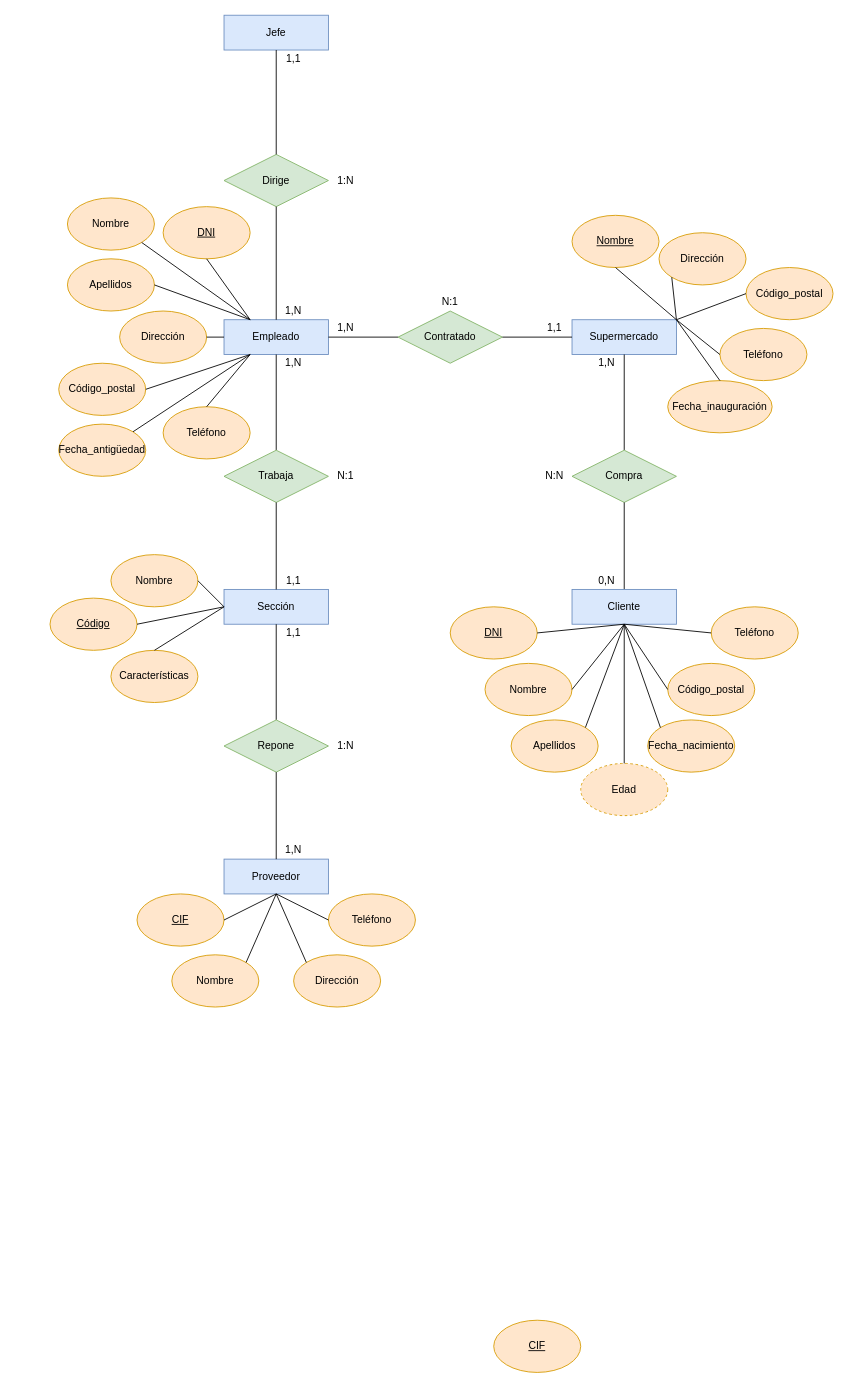
Before: Supermercados.drawio in Axel-Vicente/BBDD, a draw.io diagram. Source tidied: cells renumbered, new cells numbered last; positions are measured from the earlier drawing's top-left corner, leaving out a move shared by most shapes. Both pictures are drawn from the tidied source at 87%, with x=0, y=0 at pixel (50, 15).
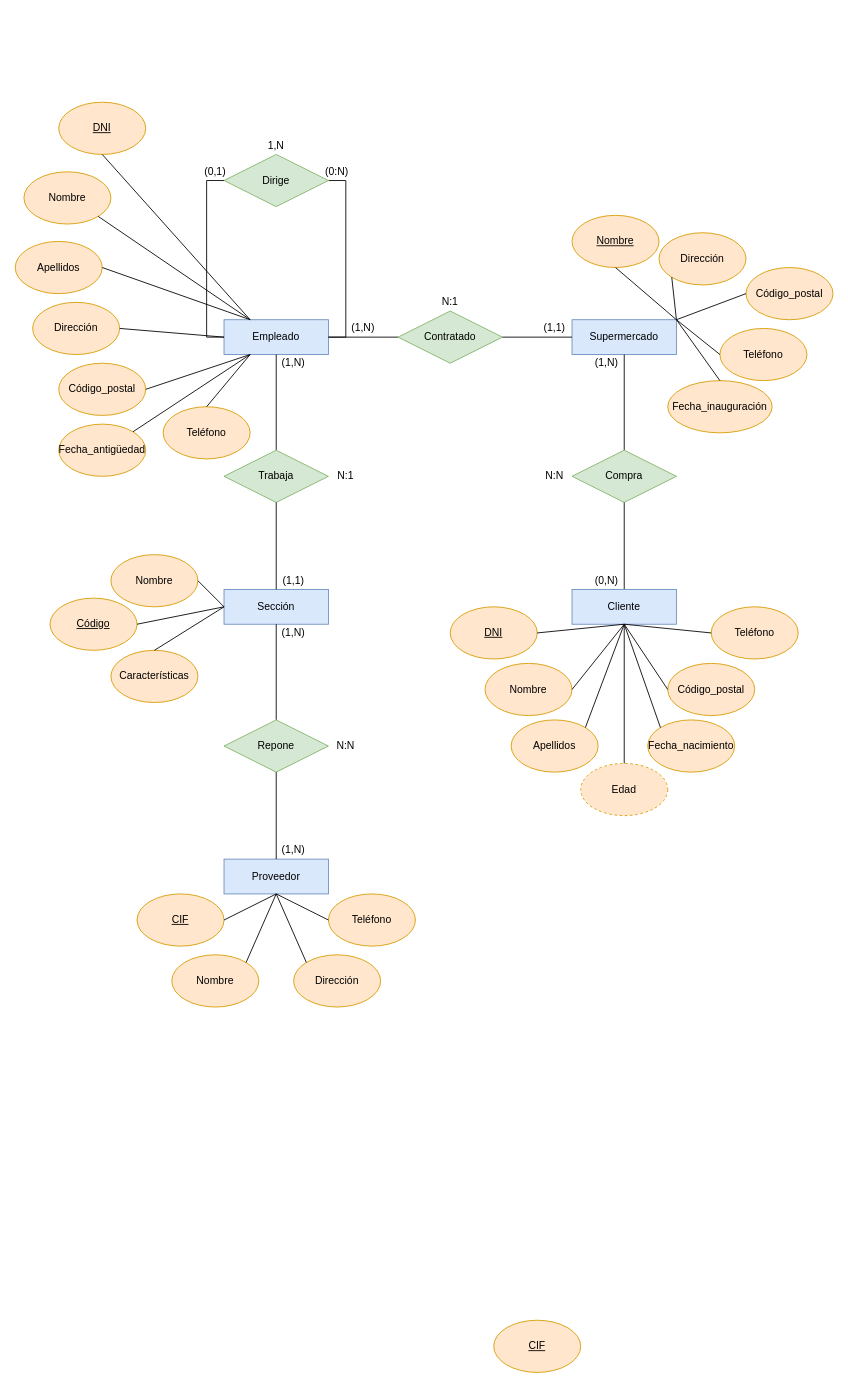
After the change.

Unchanged cells that the change refers to:
```xml
<mxCell id="2" value="Empleado" style="rounded=0;whiteSpace=wrap;html=1;fillColor=#dae8fc;strokeColor=#6c8ebf;" parent="1" vertex="1">
  <mxGeometry x="200" y="350" width="120" height="40" as="geometry" />
</mxCell>
<mxCell id="85" value="Dirige" style="rhombus;whiteSpace=wrap;html=1;fillColor=#d5e8d4;strokeColor=#82b366;" parent="1" vertex="1">
  <mxGeometry x="200" y="160" width="120" height="60" as="geometry" />
</mxCell>
```

The edit, as a diff of the source:
```diff
@@
     <mxCell id="4" value="Apellidos" style="ellipse;whiteSpace=wrap;html=1;fontStyle=0;fillColor=#ffe6cc;strokeColor=#d79b00;" parent="1" vertex="1">
-      <mxGeometry x="20" y="280" width="100" height="60" as="geometry" />
+      <mxGeometry x="-40" y="260" width="100" height="60" as="geometry" />
     </mxCell>
     <mxCell id="5" value="Dirección" style="ellipse;whiteSpace=wrap;html=1;fontStyle=0;fillColor=#ffe6cc;strokeColor=#d79b00;" parent="1" vertex="1">
-      <mxGeometry x="80" y="340" width="100" height="60" as="geometry" />
+      <mxGeometry x="-20" y="330" width="100" height="60" as="geometry" />
     </mxCell>
     <mxCell id="6" value="Nombre" style="ellipse;whiteSpace=wrap;html=1;fontStyle=0;fillColor=#ffe6cc;strokeColor=#d79b00;" parent="1" vertex="1">
-      <mxGeometry x="20" y="210" width="100" height="60" as="geometry" />
+      <mxGeometry x="-30" y="180" width="100" height="60" as="geometry" />
     </mxCell>
@@
     <mxCell id="8" value="DNI" style="ellipse;whiteSpace=wrap;html=1;fontStyle=4;fillColor=#ffe6cc;strokeColor=#d79b00;" parent="1" vertex="1">
-      <mxGeometry x="130" y="220" width="100" height="60" as="geometry" />
+      <mxGeometry x="10" y="100" width="100" height="60" as="geometry" />
     </mxCell>
@@
-    <mxCell id="21" value="1,N" style="text;html=1;strokeColor=none;fillColor=none;align=center;verticalAlign=middle;whiteSpace=wrap;rounded=0;" parent="1" vertex="1">
-      <mxGeometry x="320" y="350" width="40" height="20" as="geometry" />
+    <mxCell id="21" value="(1,N)" style="text;html=1;strokeColor=none;fillColor=none;align=center;verticalAlign=middle;whiteSpace=wrap;rounded=0;" parent="1" vertex="1">
+      <mxGeometry x="340" y="350" width="40" height="20" as="geometry" />
     </mxCell>
@@
-    <mxCell id="23" value="1,1" style="text;html=1;strokeColor=none;fillColor=none;align=center;verticalAlign=middle;whiteSpace=wrap;rounded=0;" parent="1" vertex="1">
+    <mxCell id="23" value="(1,1)" style="text;html=1;strokeColor=none;fillColor=none;align=center;verticalAlign=middle;whiteSpace=wrap;rounded=0;" parent="1" vertex="1">
       <mxGeometry x="560" y="350" width="40" height="20" as="geometry" />
     </mxCell>
@@
-    <mxCell id="28" value="1,N" style="text;html=1;strokeColor=none;fillColor=none;align=center;verticalAlign=middle;whiteSpace=wrap;rounded=0;" parent="1" vertex="1">
+    <mxCell id="28" value="(1,N)" style="text;html=1;strokeColor=none;fillColor=none;align=center;verticalAlign=middle;whiteSpace=wrap;rounded=0;" parent="1" vertex="1">
       <mxGeometry x="260" y="390" width="40" height="20" as="geometry" />
     </mxCell>
@@
-    <mxCell id="30" value="1,1" style="text;html=1;strokeColor=none;fillColor=none;align=center;verticalAlign=middle;whiteSpace=wrap;rounded=0;" parent="1" vertex="1">
+    <mxCell id="30" value="(1,1)" style="text;html=1;strokeColor=none;fillColor=none;align=center;verticalAlign=middle;whiteSpace=wrap;rounded=0;" parent="1" vertex="1">
       <mxGeometry x="260" y="640" width="40" height="20" as="geometry" />
     </mxCell>
@@
-    <mxCell id="40" value="1,N" style="text;html=1;strokeColor=none;fillColor=none;align=center;verticalAlign=middle;whiteSpace=wrap;rounded=0;" parent="1" vertex="1">
+    <mxCell id="40" value="(1,N)" style="text;html=1;strokeColor=none;fillColor=none;align=center;verticalAlign=middle;whiteSpace=wrap;rounded=0;" parent="1" vertex="1">
       <mxGeometry x="620" y="390" width="40" height="20" as="geometry" />
     </mxCell>
@@
-    <mxCell id="42" value="0,N" style="text;html=1;strokeColor=none;fillColor=none;align=center;verticalAlign=middle;whiteSpace=wrap;rounded=0;" parent="1" vertex="1">
+    <mxCell id="42" value="(0,N)" style="text;html=1;strokeColor=none;fillColor=none;align=center;verticalAlign=middle;whiteSpace=wrap;rounded=0;" parent="1" vertex="1">
       <mxGeometry x="620" y="640" width="40" height="20" as="geometry" />
     </mxCell>
@@
-    <mxCell id="48" value="1,N" style="text;html=1;strokeColor=none;fillColor=none;align=center;verticalAlign=middle;whiteSpace=wrap;rounded=0;" parent="1" vertex="1">
+    <mxCell id="48" value="(1,N)" style="text;html=1;strokeColor=none;fillColor=none;align=center;verticalAlign=middle;whiteSpace=wrap;rounded=0;" parent="1" vertex="1">
       <mxGeometry x="260" y="950" width="40" height="20" as="geometry" />
     </mxCell>
-    <mxCell id="49" value="1:N" style="text;html=1;strokeColor=none;fillColor=none;align=center;verticalAlign=middle;whiteSpace=wrap;rounded=0;" parent="1" vertex="1">
+    <mxCell id="49" value="N:N" style="text;html=1;strokeColor=none;fillColor=none;align=center;verticalAlign=middle;whiteSpace=wrap;rounded=0;" parent="1" vertex="1">
       <mxGeometry x="320" y="830" width="40" height="20" as="geometry" />
     </mxCell>
-    <mxCell id="50" value="1,1" style="text;html=1;strokeColor=none;fillColor=none;align=center;verticalAlign=middle;whiteSpace=wrap;rounded=0;" parent="1" vertex="1">
+    <mxCell id="50" value="(1,N)" style="text;html=1;strokeColor=none;fillColor=none;align=center;verticalAlign=middle;whiteSpace=wrap;rounded=0;" parent="1" vertex="1">
       <mxGeometry x="260" y="700" width="40" height="20" as="geometry" />
     </mxCell>
@@
-    <mxCell id="84" value="Jefe" style="rounded=0;whiteSpace=wrap;html=1;fillColor=#dae8fc;strokeColor=#6c8ebf;" parent="1" vertex="1">
-      <mxGeometry x="200" width="120" height="40" as="geometry" />
-    </mxCell>
+    <mxCell id="91" style="edgeStyle=orthogonalEdgeStyle;rounded=0;jettySize=auto;html=1;exitX=0;exitY=0.5;exitDx=0;exitDy=0;entryX=0;entryY=0.5;entryDx=0;entryDy=0;endArrow=none;endFill=0;" parent="1" edge="1" source="85" target="2">
+      <mxGeometry relative="1" as="geometry" />
+    </mxCell>
+    <mxCell id="92" style="edgeStyle=orthogonalEdgeStyle;rounded=0;jettySize=auto;html=1;exitX=1;exitY=0.5;exitDx=0;exitDy=0;entryX=1;entryY=0.5;entryDx=0;entryDy=0;endArrow=none;endFill=0;" parent="1" edge="1" source="85" target="2">
+      <mxGeometry relative="1" as="geometry" />
+    </mxCell>
@@
-    <mxCell id="86" style="endArrow=none;html=1;exitX=0.5;exitY=0;exitDx=0;exitDy=0;entryX=0.5;entryY=1;entryDx=0;entryDy=0;" parent="1" edge="1" source="85" target="84">
-      <mxGeometry relative="1" as="geometry" />
-    </mxCell>
-    <mxCell id="87" style="endArrow=none;html=1;exitX=0.5;exitY=1;exitDx=0;exitDy=0;entryX=0.5;entryY=0;entryDx=0;entryDy=0;" parent="1" edge="1" source="85" target="2">
-      <mxGeometry relative="1" as="geometry" />
-    </mxCell>
     <mxCell id="88" value="1,N" style="text;html=1;strokeColor=none;fillColor=none;align=center;verticalAlign=middle;whiteSpace=wrap;rounded=0;" parent="1" vertex="1">
-      <mxGeometry x="260" y="330" width="40" height="20" as="geometry" />
+      <mxGeometry x="240" y="140" width="40" height="20" as="geometry" />
     </mxCell>
-    <mxCell id="89" value="1,1" style="text;html=1;strokeColor=none;fillColor=none;align=center;verticalAlign=middle;whiteSpace=wrap;rounded=0;" parent="1" vertex="1">
-      <mxGeometry x="260" y="40" width="40" height="20" as="geometry" />
+    <mxCell id="89" value="(0,1)" style="text;html=1;strokeColor=none;fillColor=none;align=center;verticalAlign=middle;whiteSpace=wrap;rounded=0;" parent="1" vertex="1">
+      <mxGeometry x="170" y="170" width="40" height="20" as="geometry" />
     </mxCell>
-    <mxCell id="90" value="1:N" style="text;html=1;strokeColor=none;fillColor=none;align=center;verticalAlign=middle;whiteSpace=wrap;rounded=0;" parent="1" vertex="1">
-      <mxGeometry x="320" y="180" width="40" height="20" as="geometry" />
+    <mxCell id="90" value="(0:N)" style="text;html=1;strokeColor=none;fillColor=none;align=center;verticalAlign=middle;whiteSpace=wrap;rounded=0;" parent="1" vertex="1">
+      <mxGeometry x="310" y="170" width="40" height="20" as="geometry" />
     </mxCell>
```
